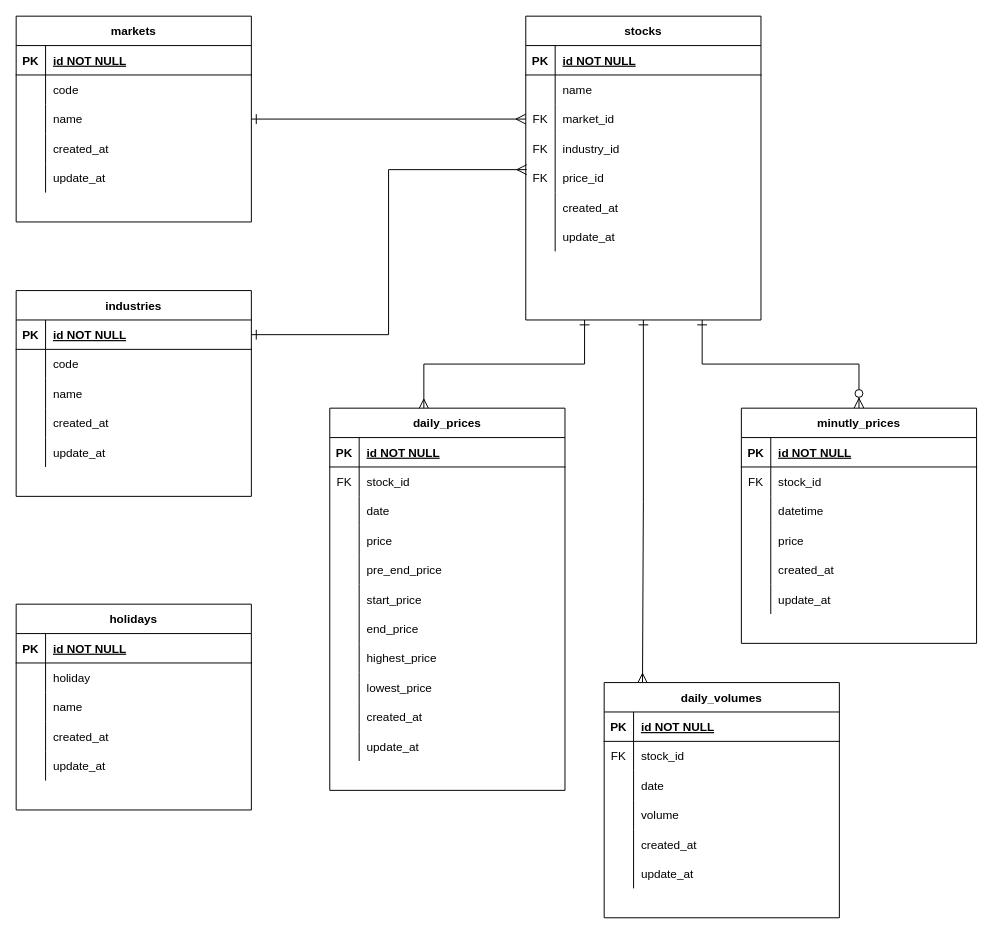
The draw.io diagram kabuboard2.drawio in 0gravity000/er001, before the edit. Source tidied: cells renumbered, new cells numbered last; positions are measured from the earlier drawing's top-left corner, leaving out a move shared by most shapes. Both pictures are drawn from the tidied source at 98%, with x=0, y=0 at pixel (16, 16).
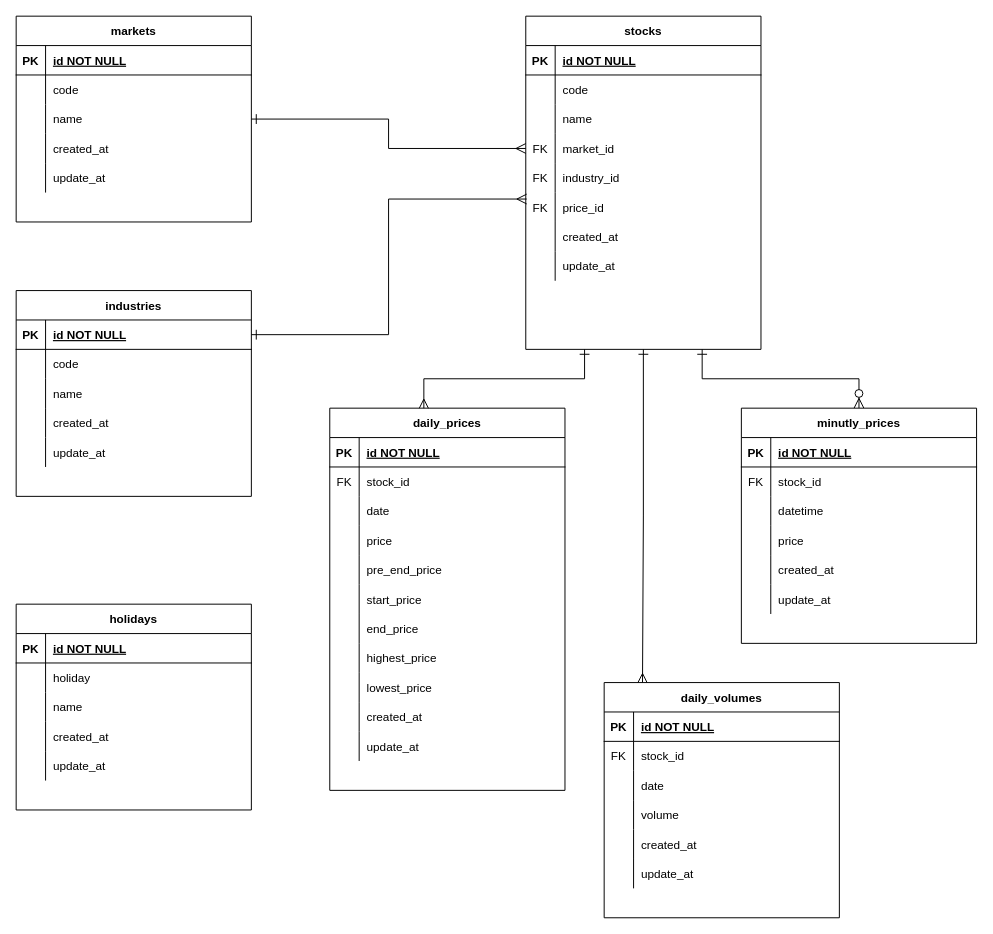
The same diagram, later.

Unchanged cells that the change refers to:
```xml
<mxCell id="9" style="shape=partialRectangle;fillColor=none;top=0;left=0;right=0;bottom=0;" parent="5" vertex="1">
  <mxGeometry y="60" width="240" height="30" as="geometry" />
</mxCell>
<mxCell id="44" style="shape=partialRectangle;fillColor=none;top=0;left=0;bottom=1;right=0;points=[[0,0.5],[1,0.5]];portConstraint=eastwest;" parent="43" vertex="1">
  <mxGeometry y="30" width="240" height="30" as="geometry" />
</mxCell>
```

Change to the diagram source:
```diff
@@
     <mxCell id="5" value="stocks" style="shape=table;startSize=30;childLayout=tableLayout;rowLines=0;fontStyle=1;align=center;" parent="1" vertex="1">
-      <mxGeometry x="520" width="240" height="310" as="geometry" />
+      <mxGeometry x="520" width="240" height="340" as="geometry" />
     </mxCell>
@@
-    <mxCell id="11" value="name" style="shape=partialRectangle;overflow=hidden;fillColor=none;top=0;left=0;bottom=0;right=0;align=left;spacingLeft=6;" parent="9" vertex="1">
+    <mxCell id="11" value="code" style="shape=partialRectangle;overflow=hidden;fillColor=none;top=0;left=0;bottom=0;right=0;align=left;spacingLeft=6;" parent="9" vertex="1">
       <mxGeometry x="30" width="210" height="30" as="geometry" />
     </mxCell>
+    <mxCell id="149" style="shape=partialRectangle;fillColor=none;top=0;left=0;right=0;bottom=0;" parent="5" vertex="1">
+      <mxGeometry y="90" width="240" height="30" as="geometry" />
+    </mxCell>
+    <mxCell id="150" style="shape=partialRectangle;overflow=hidden;fillColor=none;top=0;left=0;bottom=0;right=0;" parent="149" vertex="1">
+      <mxGeometry width="30" height="30" as="geometry" />
+    </mxCell>
+    <mxCell id="151" value="name" style="shape=partialRectangle;overflow=hidden;fillColor=none;top=0;left=0;bottom=0;right=0;align=left;spacingLeft=6;" parent="149" vertex="1">
+      <mxGeometry x="30" width="210" height="30" as="geometry" />
+    </mxCell>
     <mxCell id="12" style="shape=partialRectangle;fillColor=none;points=[[0,0.5],[1,0.5]];portConstraint=eastwest;top=0;left=0;right=0;bottom=0;" parent="5" vertex="1">
-      <mxGeometry y="90" width="240" height="30" as="geometry" />
+      <mxGeometry y="120" width="240" height="30" as="geometry" />
     </mxCell>
@@
     <mxCell id="15" style="shape=partialRectangle;fillColor=none;top=0;left=0;right=0;bottom=0;" parent="5" vertex="1">
-      <mxGeometry y="120" width="240" height="30" as="geometry" />
+      <mxGeometry y="150" width="240" height="30" as="geometry" />
     </mxCell>
@@
     <mxCell id="18" style="shape=partialRectangle;fillColor=none;points=[[0,0.5],[1,0.5]];portConstraint=eastwest;top=0;left=0;right=0;bottom=0;" parent="5" vertex="1">
-      <mxGeometry y="150" width="240" height="30" as="geometry" />
+      <mxGeometry y="180" width="240" height="30" as="geometry" />
     </mxCell>
@@
     <mxCell id="21" style="shape=partialRectangle;fillColor=none;top=0;left=0;right=0;bottom=0;" parent="5" vertex="1">
-      <mxGeometry y="180" width="240" height="30" as="geometry" />
+      <mxGeometry y="210" width="240" height="30" as="geometry" />
     </mxCell>
@@
     <mxCell id="24" style="shape=partialRectangle;fillColor=none;top=0;left=0;right=0;bottom=0;" parent="5" vertex="1">
-      <mxGeometry y="210" width="240" height="30" as="geometry" />
+      <mxGeometry y="240" width="240" height="30" as="geometry" />
     </mxCell>
@@
     <mxCell id="132" style="edgeStyle=orthogonalEdgeStyle;rounded=0;jettySize=auto;html=1;exitX=1;exitY=0.5;exitDx=0;exitDy=0;entryX=0.004;entryY=0.22;entryDx=0;entryDy=0;entryPerimeter=0;startArrow=ERone;startFill=0;endArrow=ERmany;endFill=0;startSize=8;endSize=8;" parent="1" edge="1" source="44" target="18">
       <mxGeometry relative="1" as="geometry">
         <Array as="points">
           <mxPoint x="380" y="325" />
-          <mxPoint x="380" y="157" />
+          <mxPoint x="380" y="187" />
         </Array>
       </mxGeometry>
     </mxCell>
```
